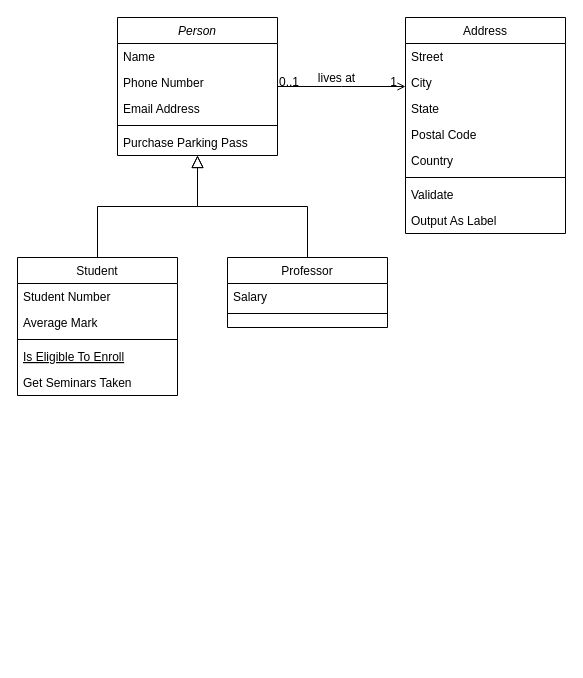
The draw.io diagram Untitled Diagram.drawio in BegSimonIner/BegSimonIner, before the edit. Source tidied: cells renumbered, new cells numbered last; positions are measured from the earlier drawing's top-left corner, leaving out a move shared by most shapes. Both pictures are drawn from the tidied source at 100%, with x=0, y=0 at pixel (17, 17).
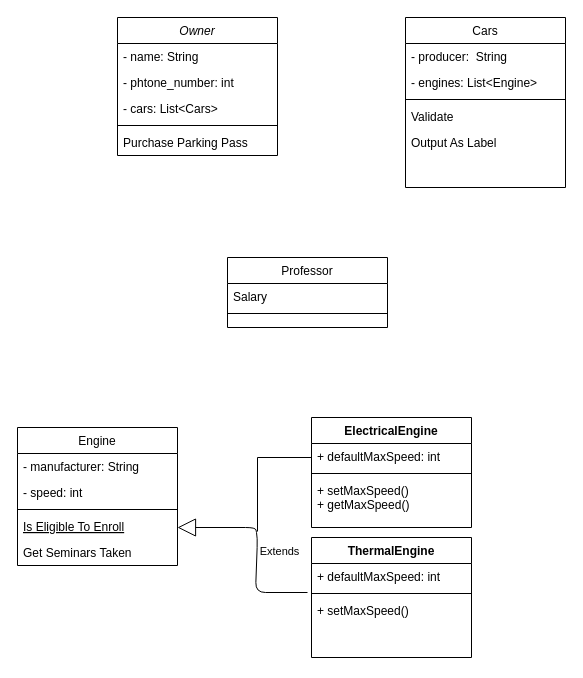
After the change.

The change refers to these unchanged cells:
```xml
<mxCell id="15" value="Professor" style="swimlane;fontStyle=0;align=center;verticalAlign=top;horizontal=1;startSize=26;rounded=0;shadow=0;strokeWidth=1;" parent="1" vertex="1">
  <mxGeometry x="210" y="240" width="160" height="70" as="geometry" />
</mxCell>
```

What changed in the source:
```diff
@@
-    <mxCell id="2" value="Person" style="swimlane;fontStyle=2;align=center;verticalAlign=top;horizontal=1;startSize=26;rounded=0;shadow=0;strokeWidth=1;" parent="1" vertex="1">
+    <mxCell id="2" value="Owner" style="swimlane;fontStyle=2;align=center;verticalAlign=top;horizontal=1;startSize=26;rounded=0;shadow=0;strokeWidth=1;" parent="1" vertex="1">
       <mxGeometry x="100" width="160" height="138" as="geometry" />
     </mxCell>
-    <mxCell id="3" value="Name" style="text;align=left;verticalAlign=top;spacingLeft=4;spacingRight=4;overflow=hidden;" parent="2" vertex="1">
+    <mxCell id="3" value="- name: String" style="text;align=left;verticalAlign=top;spacingLeft=4;spacingRight=4;overflow=hidden;" parent="2" vertex="1">
       <mxGeometry y="26" width="160" height="26" as="geometry" />
     </mxCell>
-    <mxCell id="4" value="Phone Number" style="text;align=left;verticalAlign=top;spacingLeft=4;spacingRight=4;overflow=hidden;rounded=0;shadow=0;html=0;" parent="2" vertex="1">
+    <mxCell id="4" value="- phtone_number: int" style="text;align=left;verticalAlign=top;spacingLeft=4;spacingRight=4;overflow=hidden;rounded=0;shadow=0;html=0;" parent="2" vertex="1">
       <mxGeometry y="52" width="160" height="26" as="geometry" />
     </mxCell>
-    <mxCell id="5" value="Email Address" style="text;align=left;verticalAlign=top;spacingLeft=4;spacingRight=4;overflow=hidden;rounded=0;shadow=0;html=0;" parent="2" vertex="1">
+    <mxCell id="5" value="- cars: List&lt;Cars&gt;" style="text;align=left;verticalAlign=top;spacingLeft=4;spacingRight=4;overflow=hidden;rounded=0;shadow=0;html=0;" parent="2" vertex="1">
       <mxGeometry y="78" width="160" height="26" as="geometry" />
     </mxCell>
@@
-    <mxCell id="8" value="Student" style="swimlane;fontStyle=0;align=center;verticalAlign=top;horizontal=1;startSize=26;rounded=0;shadow=0;strokeWidth=1;" parent="1" vertex="1">
-      <mxGeometry y="240" width="160" height="138" as="geometry" />
+    <mxCell id="8" value="Engine" style="swimlane;fontStyle=0;align=center;verticalAlign=top;horizontal=1;startSize=26;rounded=0;shadow=0;strokeWidth=1;" parent="1" vertex="1">
+      <mxGeometry y="410" width="160" height="138" as="geometry" />
     </mxCell>
-    <mxCell id="9" value="Student Number" style="text;align=left;verticalAlign=top;spacingLeft=4;spacingRight=4;overflow=hidden;" parent="8" vertex="1">
+    <mxCell id="9" value="- manufacturer: String" style="text;align=left;verticalAlign=top;spacingLeft=4;spacingRight=4;overflow=hidden;" parent="8" vertex="1">
       <mxGeometry y="26" width="160" height="26" as="geometry" />
     </mxCell>
-    <mxCell id="10" value="Average Mark" style="text;align=left;verticalAlign=top;spacingLeft=4;spacingRight=4;overflow=hidden;rounded=0;shadow=0;html=0;" parent="8" vertex="1">
+    <mxCell id="10" value="- speed: int" style="text;align=left;verticalAlign=top;spacingLeft=4;spacingRight=4;overflow=hidden;rounded=0;shadow=0;html=0;" parent="8" vertex="1">
       <mxGeometry y="52" width="160" height="26" as="geometry" />
     </mxCell>
@@
-    <mxCell id="14" style="endArrow=block;endSize=10;endFill=0;shadow=0;strokeWidth=1;rounded=0;edgeStyle=elbowEdgeStyle;elbow=vertical;" parent="1" edge="1" source="8" target="2">
-      <mxGeometry relative="1" as="geometry" />
-    </mxCell>
@@
-    <mxCell id="18" style="endArrow=block;endSize=10;endFill=0;shadow=0;strokeWidth=1;rounded=0;edgeStyle=elbowEdgeStyle;elbow=vertical;" parent="1" edge="1" source="15" target="2">
-      <mxGeometry relative="1" as="geometry" />
-    </mxCell>
-    <mxCell id="19" value="Address" style="swimlane;fontStyle=0;align=center;verticalAlign=top;horizontal=1;startSize=26;rounded=0;shadow=0;strokeWidth=1;" parent="1" vertex="1">
-      <mxGeometry x="388" width="160" height="216" as="geometry" />
+    <mxCell id="19" value="Cars" style="swimlane;fontStyle=0;align=center;verticalAlign=top;horizontal=1;startSize=26;rounded=0;shadow=0;strokeWidth=1;" parent="1" vertex="1">
+      <mxGeometry x="388" width="160" height="170" as="geometry" />
     </mxCell>
-    <mxCell id="20" value="Street" style="text;align=left;verticalAlign=top;spacingLeft=4;spacingRight=4;overflow=hidden;" parent="19" vertex="1">
+    <mxCell id="20" value="- producer:  String" style="text;align=left;verticalAlign=top;spacingLeft=4;spacingRight=4;overflow=hidden;" parent="19" vertex="1">
       <mxGeometry y="26" width="160" height="26" as="geometry" />
     </mxCell>
-    <mxCell id="21" value="City" style="text;align=left;verticalAlign=top;spacingLeft=4;spacingRight=4;overflow=hidden;rounded=0;shadow=0;html=0;" parent="19" vertex="1">
+    <mxCell id="21" value="- engines: List&lt;Engine&gt;" style="text;align=left;verticalAlign=top;spacingLeft=4;spacingRight=4;overflow=hidden;rounded=0;shadow=0;html=0;" parent="19" vertex="1">
       <mxGeometry y="52" width="160" height="26" as="geometry" />
     </mxCell>
-    <mxCell id="22" value="State" style="text;align=left;verticalAlign=top;spacingLeft=4;spacingRight=4;overflow=hidden;rounded=0;shadow=0;html=0;" parent="19" vertex="1">
-      <mxGeometry y="78" width="160" height="26" as="geometry" />
-    </mxCell>
-    <mxCell id="23" value="Postal Code" style="text;align=left;verticalAlign=top;spacingLeft=4;spacingRight=4;overflow=hidden;rounded=0;shadow=0;html=0;" parent="19" vertex="1">
-      <mxGeometry y="104" width="160" height="26" as="geometry" />
-    </mxCell>
-    <mxCell id="24" value="Country" style="text;align=left;verticalAlign=top;spacingLeft=4;spacingRight=4;overflow=hidden;rounded=0;shadow=0;html=0;" parent="19" vertex="1">
-      <mxGeometry y="130" width="160" height="26" as="geometry" />
-    </mxCell>
     <mxCell id="25" style="line;html=1;strokeWidth=1;align=left;verticalAlign=middle;spacingTop=-1;spacingLeft=3;spacingRight=3;labelPosition=right;" parent="19" vertex="1">
-      <mxGeometry y="156" width="160" height="8" as="geometry" />
+      <mxGeometry y="78" width="160" height="8" as="geometry" />
     </mxCell>
     <mxCell id="26" value="Validate" style="text;align=left;verticalAlign=top;spacingLeft=4;spacingRight=4;overflow=hidden;" parent="19" vertex="1">
-      <mxGeometry y="164" width="160" height="26" as="geometry" />
+      <mxGeometry y="86" width="160" height="26" as="geometry" />
     </mxCell>
     <mxCell id="27" value="Output As Label" style="text;align=left;verticalAlign=top;spacingLeft=4;spacingRight=4;overflow=hidden;" parent="19" vertex="1">
-      <mxGeometry y="190" width="160" height="26" as="geometry" />
+      <mxGeometry y="112" width="160" height="26" as="geometry" />
     </mxCell>
-    <mxCell id="28" style="endArrow=open;shadow=0;strokeWidth=1;rounded=0;endFill=1;edgeStyle=elbowEdgeStyle;elbow=vertical;" parent="1" edge="1" source="2" target="19">
-      <mxGeometry x="0.5" y="41" relative="1" as="geometry">
-        <mxPoint x="-40" y="32" as="offset" />
-      </mxGeometry>
-    </mxCell>
-    <mxCell id="29" value="0..1" style="align=left;verticalAlign=bottom;labelBackgroundColor=none;fontSize=12;" parent="28" vertex="1">
-      <mxGeometry x="-1" relative="1" as="geometry">
-        <mxPoint y="4" as="offset" />
-      </mxGeometry>
-    </mxCell>
-    <mxCell id="30" value="1" style="align=right;verticalAlign=bottom;labelBackgroundColor=none;fontSize=12;" parent="28" vertex="1">
-      <mxGeometry x="1" relative="1" as="geometry">
-        <mxPoint x="-7" y="4" as="offset" />
-      </mxGeometry>
-    </mxCell>
-    <mxCell id="31" value="lives at" style="text;html=1;align=center;verticalAlign=middle;labelBackgroundColor=none;rounded=0;shadow=0;strokeWidth=1;fontSize=12;" parent="28" vertex="1">
-      <mxGeometry x="0.5" y="49" relative="1" as="geometry">
-        <mxPoint x="-38" y="40" as="offset" />
-      </mxGeometry>
-    </mxCell>
+    <mxCell id="32" value="ThermalEngine" style="swimlane;fontStyle=1;align=center;verticalAlign=top;horizontal=1;startSize=26;" parent="1" vertex="1">
+      <mxGeometry x="294" y="520" width="160" height="120" as="geometry" />
+    </mxCell>
+    <mxCell id="33" value="+ defaultMaxSpeed: int" style="text;strokeColor=none;fillColor=none;align=left;verticalAlign=top;spacingLeft=4;spacingRight=4;overflow=hidden;" parent="32" vertex="1">
+      <mxGeometry y="26" width="160" height="26" as="geometry" />
+    </mxCell>
+    <mxCell id="34" style="line;strokeWidth=1;fillColor=none;align=left;verticalAlign=middle;spacingTop=-1;spacingLeft=3;spacingRight=3;labelPosition=right;" parent="32" vertex="1">
+      <mxGeometry y="52" width="160" height="8" as="geometry" />
+    </mxCell>
+    <mxCell id="35" value="+ setMaxSpeed()" style="text;strokeColor=none;fillColor=none;align=left;verticalAlign=top;spacingLeft=4;spacingRight=4;overflow=hidden;" parent="32" vertex="1">
+      <mxGeometry y="60" width="160" height="60" as="geometry" />
+    </mxCell>
+    <mxCell id="36" value="ElectricalEngine" style="swimlane;fontStyle=1;align=center;verticalAlign=top;horizontal=1;startSize=26;" parent="1" vertex="1">
+      <mxGeometry x="294" y="400" width="160" height="110" as="geometry" />
+    </mxCell>
+    <mxCell id="37" value="+ defaultMaxSpeed: int" style="text;strokeColor=none;fillColor=none;align=left;verticalAlign=top;spacingLeft=4;spacingRight=4;overflow=hidden;" parent="36" vertex="1">
+      <mxGeometry y="26" width="160" height="26" as="geometry" />
+    </mxCell>
+    <mxCell id="38" style="line;strokeWidth=1;fillColor=none;align=left;verticalAlign=middle;spacingTop=-1;spacingLeft=3;spacingRight=3;labelPosition=right;" parent="36" vertex="1">
+      <mxGeometry y="52" width="160" height="8" as="geometry" />
+    </mxCell>
+    <mxCell id="39" value="+ setMaxSpeed()&#10;+ getMaxSpeed()" style="text;strokeColor=none;fillColor=none;align=left;verticalAlign=top;spacingLeft=4;spacingRight=4;overflow=hidden;" parent="36" vertex="1">
+      <mxGeometry y="60" width="160" height="50" as="geometry" />
+    </mxCell>
+    <mxCell id="40" value="Extends" style="endArrow=block;endSize=16;endFill=0;html=1;" parent="1" edge="1">
+      <mxGeometry x="-0.04" y="-22" relative="1" as="geometry">
+        <mxPoint x="290" y="575" as="sourcePoint" />
+        <mxPoint x="160" y="510" as="targetPoint" />
+        <Array as="points">
+          <mxPoint x="238" y="575" />
+          <mxPoint x="240" y="520" />
+          <mxPoint x="238" y="510" />
+        </Array>
+      </mxGeometry>
+    </mxCell>
+    <mxCell id="41" style="endArrow=none;html=1;" parent="1" edge="1">
+      <mxGeometry relative="1" as="geometry">
+        <mxPoint x="240" y="440" as="sourcePoint" />
+        <mxPoint x="294" y="440" as="targetPoint" />
+      </mxGeometry>
+    </mxCell>
+    <mxCell id="42" style="endArrow=none;html=1;" parent="1" edge="1">
+      <mxGeometry relative="1" as="geometry">
+        <mxPoint x="240" y="514" as="sourcePoint" />
+        <mxPoint x="240" y="440" as="targetPoint" />
+      </mxGeometry>
+    </mxCell>
```
